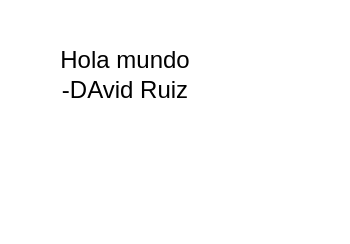
Earlier version of the draw.io diagram docs/modeloDominio.drawio (Void-CA/restaurant). Source tidied: cells renumbered, new cells numbered last; positions are measured from the earlier drawing's top-left corner, leaving out a move shared by most shapes. Both pictures are drawn from the tidied source at 200%, with x=0, y=0 at pixel (34, 34).
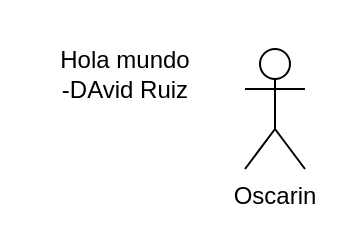
The same page after the edit.

Change to the diagram source:
```diff
@@
 <mxGraphModel>
   <root>
     <mxCell id="0" />
     <mxCell id="1" parent="0" />
     <mxCell id="2" value="Hola mundo&lt;br&gt;-DAvid Ruiz" style="text;html=1;align=center;verticalAlign=middle;strokeColor=none;fillColor=none;" parent="1" vertex="1">
       <mxGeometry width="90" height="40" as="geometry" />
     </mxCell>
+    <mxCell id="3" value="Oscarin" style="shape=umlActor;verticalLabelPosition=bottom;verticalAlign=top;html=1;" parent="1" vertex="1">
+      <mxGeometry x="105" y="7" width="30" height="60" as="geometry" />
+    </mxCell>
   </root>
 </mxGraphModel>
```
